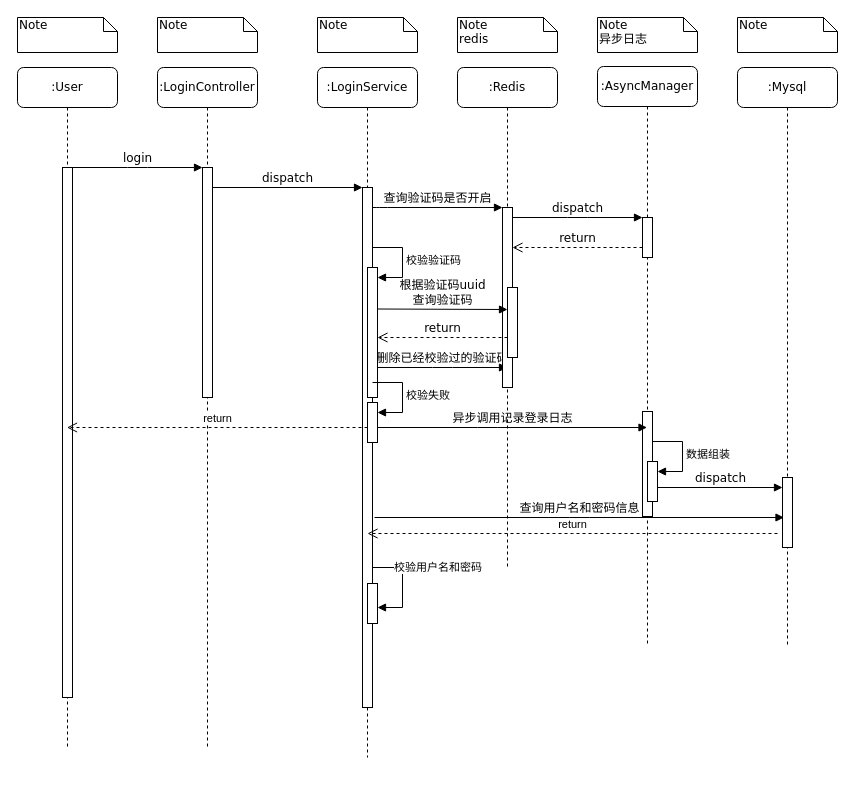
Before: page "login" (1 of 2) of login.drawio in viking-wj/software, a draw.io diagram. Source tidied: cells renumbered, new cells numbered last; positions are measured from the earlier drawing's top-left corner, leaving out a move shared by most shapes. Both pictures are drawn from the tidied source at 100%, with x=0, y=0 at pixel (17, 17).
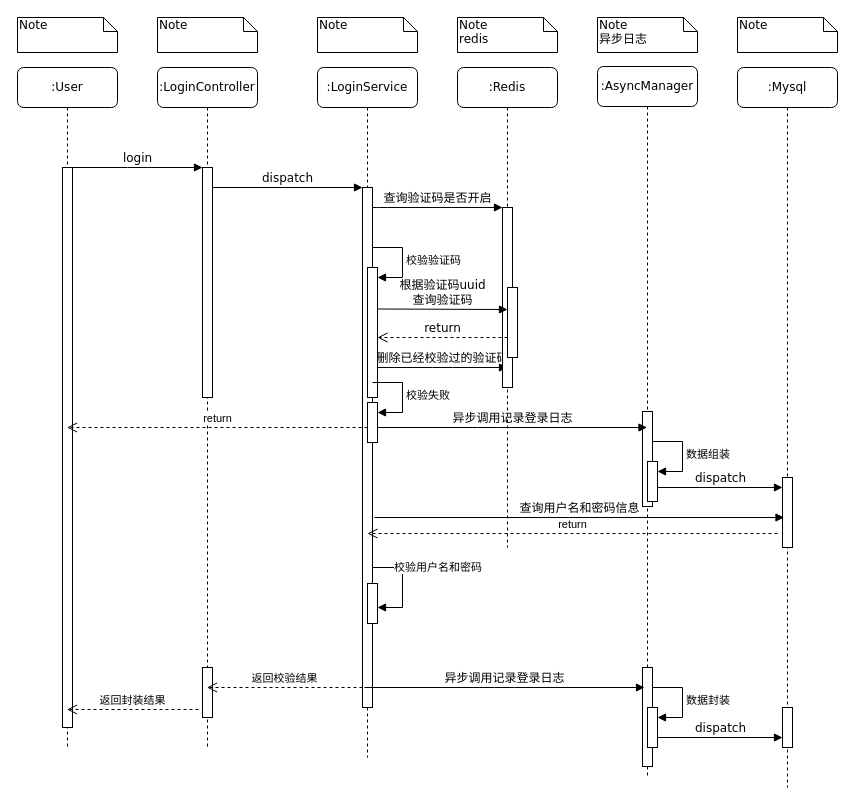
The same page after the edit.

Unchanged cells that the change refers to:
```xml
<mxCell id="2" value=":LoginController&lt;br&gt;" style="shape=umlLifeline;perimeter=lifelinePerimeter;whiteSpace=wrap;html=1;outlineConnect=0;rounded=1;shadow=0;comic=0;labelBackgroundColor=none;strokeWidth=1;fontFamily=Verdana;fontSize=12;align=center;" parent="1" vertex="1">
  <mxGeometry x="140" y="50" width="100" height="680" as="geometry" />
</mxCell>
<mxCell id="4" value=":LoginService" style="shape=umlLifeline;perimeter=lifelinePerimeter;whiteSpace=wrap;html=1;rounded=1;shadow=0;comic=0;labelBackgroundColor=none;strokeWidth=1;fontFamily=Verdana;fontSize=12;align=center;" parent="1" vertex="1">
  <mxGeometry x="300" y="50" width="100" height="690" as="geometry" />
</mxCell>
<mxCell id="20" value=":User" style="shape=umlLifeline;perimeter=lifelinePerimeter;whiteSpace=wrap;html=1;outlineConnect=0;rounded=1;shadow=0;comic=0;labelBackgroundColor=none;strokeWidth=1;fontFamily=Verdana;fontSize=12;align=center;" parent="1" vertex="1">
  <mxGeometry y="50" width="100" height="680" as="geometry" />
</mxCell>
<mxCell id="22" style="html=1;points=[];perimeter=orthogonalPerimeter;rounded=0;shadow=0;comic=0;labelBackgroundColor=none;strokeWidth=1;fontFamily=Verdana;fontSize=12;align=center;" parent="1" vertex="1">
  <mxGeometry x="485" y="190" width="10" height="180" as="geometry" />
</mxCell>
```

Change to the diagram source:
```diff
@@
+    <mxCell id="43" style="html=1;points=[];perimeter=orthogonalPerimeter;rounded=0;shadow=0;comic=0;labelBackgroundColor=none;strokeWidth=1;fontFamily=Verdana;fontSize=12;align=center;" parent="2" vertex="1">
+      <mxGeometry x="45" y="600" width="10" height="50" as="geometry" />
+    </mxCell>
@@
+    <mxCell id="44" value="返回校验结果" style="html=1;verticalAlign=bottom;endArrow=open;dashed=1;endSize=8;edgeStyle=elbowEdgeStyle;elbow=vertical;curved=0;rounded=0;" parent="4" edge="1" target="2">
+      <mxGeometry relative="1" as="geometry">
+        <mxPoint x="45" y="620" as="sourcePoint" />
+      </mxGeometry>
+    </mxCell>
     <mxCell id="12" value=":Redis" style="shape=umlLifeline;perimeter=lifelinePerimeter;whiteSpace=wrap;html=1;rounded=1;shadow=0;comic=0;labelBackgroundColor=none;strokeWidth=1;fontFamily=Verdana;fontSize=12;align=center;" parent="1" vertex="1">
-      <mxGeometry x="440" y="50" width="100" height="500" as="geometry" />
+      <mxGeometry x="440" y="50" width="100" height="480" as="geometry" />
     </mxCell>
@@
     <mxCell id="14" value=":AsyncManager" style="shape=umlLifeline;perimeter=lifelinePerimeter;whiteSpace=wrap;html=1;outlineConnect=0;rounded=1;shadow=0;comic=0;labelBackgroundColor=none;strokeWidth=1;fontFamily=Verdana;fontSize=12;align=center;" parent="1" vertex="1">
-      <mxGeometry x="580" y="49" width="100" height="580" as="geometry" />
+      <mxGeometry x="580" y="49" width="100" height="711" as="geometry" />
     </mxCell>
     <mxCell id="15" style="html=1;perimeter=orthogonalPerimeter;rounded=0;shadow=0;comic=0;labelBackgroundColor=none;strokeWidth=1;fontFamily=Verdana;fontSize=12;align=center;" parent="14" vertex="1">
-      <mxGeometry x="45" y="345" width="10" height="105" as="geometry" />
+      <mxGeometry x="45" y="345" width="10" height="95" as="geometry" />
     </mxCell>
@@
+    <mxCell id="45" style="html=1;perimeter=orthogonalPerimeter;rounded=0;shadow=0;comic=0;labelBackgroundColor=none;strokeWidth=1;fontFamily=Verdana;fontSize=12;align=center;" parent="14" vertex="1">
+      <mxGeometry x="45" y="601" width="10" height="99" as="geometry" />
+    </mxCell>
+    <mxCell id="46" style="html=1;points=[];perimeter=orthogonalPerimeter;outlineConnect=0;targetShapes=umlLifeline;portConstraint=eastwest;newEdgeStyle={&quot;edgeStyle&quot;:&quot;elbowEdgeStyle&quot;,&quot;elbow&quot;:&quot;vertical&quot;,&quot;curved&quot;:0,&quot;rounded&quot;:0};" parent="14" vertex="1">
+      <mxGeometry x="50" y="641" width="10" height="40" as="geometry" />
+    </mxCell>
+    <mxCell id="47" value="数据封装" style="html=1;align=left;spacingLeft=2;endArrow=block;rounded=0;edgeStyle=orthogonalEdgeStyle;curved=0;rounded=0;" parent="14" edge="1" target="46">
+      <mxGeometry relative="1" as="geometry">
+        <mxPoint x="55" y="621" as="sourcePoint" />
+        <Array as="points">
+          <mxPoint x="85" y="651" />
+        </Array>
+      </mxGeometry>
+    </mxCell>
     <mxCell id="18" value=":Mysql" style="shape=umlLifeline;perimeter=lifelinePerimeter;whiteSpace=wrap;html=1;rounded=1;shadow=0;comic=0;labelBackgroundColor=none;strokeWidth=1;fontFamily=Verdana;fontSize=12;align=center;" parent="1" vertex="1">
-      <mxGeometry x="720" y="50" width="100" height="580" as="geometry" />
+      <mxGeometry x="720" y="50" width="100" height="720" as="geometry" />
     </mxCell>
@@
+    <mxCell id="48" style="html=1;perimeter=orthogonalPerimeter;rounded=0;shadow=0;comic=0;labelBackgroundColor=none;strokeWidth=1;fontFamily=Verdana;fontSize=12;align=center;" parent="18" vertex="1">
+      <mxGeometry x="45" y="640" width="10" height="40" as="geometry" />
+    </mxCell>
@@
     <mxCell id="21" style="html=1;points=[];perimeter=orthogonalPerimeter;rounded=0;shadow=0;comic=0;labelBackgroundColor=none;strokeWidth=1;fontFamily=Verdana;fontSize=12;align=center;" parent="20" vertex="1">
-      <mxGeometry x="45" y="100" width="10" height="530" as="geometry" />
+      <mxGeometry x="45" y="100" width="10" height="560" as="geometry" />
     </mxCell>
@@
-    <mxCell id="24" style="html=1;points=[];perimeter=orthogonalPerimeter;rounded=0;shadow=0;comic=0;labelBackgroundColor=none;strokeWidth=1;fontFamily=Verdana;fontSize=12;align=center;" parent="1" vertex="1">
-      <mxGeometry x="625" y="200" width="10" height="40" as="geometry" />
-    </mxCell>
-    <mxCell id="25" value="dispatch" style="html=1;verticalAlign=bottom;endArrow=block;entryX=0;entryY=0;labelBackgroundColor=none;fontFamily=Verdana;fontSize=12;edgeStyle=elbowEdgeStyle;elbow=vertical;" parent="1" edge="1" source="22" target="24">
-      <mxGeometry relative="1" as="geometry" />
-    </mxCell>
-    <mxCell id="26" value="return" style="html=1;verticalAlign=bottom;endArrow=open;dashed=1;endSize=8;labelBackgroundColor=none;fontFamily=Verdana;fontSize=12;edgeStyle=elbowEdgeStyle;elbow=vertical;" parent="1" edge="1" source="24" target="22">
-      <mxGeometry relative="1" as="geometry">
-        <Array as="points">
-          <mxPoint x="570" y="230" />
-          <mxPoint x="600" y="230" />
-        </Array>
-      </mxGeometry>
-    </mxCell>
@@
+    <mxCell id="49" value="返回封装结果" style="html=1;verticalAlign=bottom;endArrow=open;dashed=1;endSize=8;edgeStyle=elbowEdgeStyle;elbow=vertical;curved=0;rounded=0;exitX=-0.4;exitY=0.84;exitDx=0;exitDy=0;exitPerimeter=0;" parent="1" edge="1" source="43" target="20">
+      <mxGeometry relative="1" as="geometry" />
+    </mxCell>
+    <mxCell id="50" value="异步调用记录登录日志" style="html=1;verticalAlign=bottom;endArrow=block;labelBackgroundColor=none;fontFamily=Verdana;fontSize=12;edgeStyle=elbowEdgeStyle;elbow=vertical;" parent="1" edge="1">
+      <mxGeometry relative="1" as="geometry">
+        <mxPoint x="347" y="670" as="sourcePoint" />
+        <mxPoint x="627" y="670" as="targetPoint" />
+      </mxGeometry>
+    </mxCell>
+    <mxCell id="25" value="dispatch" style="html=1;verticalAlign=bottom;endArrow=block;entryX=0;entryY=0;labelBackgroundColor=none;fontFamily=Verdana;fontSize=12;edgeStyle=elbowEdgeStyle;elbow=vertical;" parent="1" edge="1">
+      <mxGeometry relative="1" as="geometry">
+        <mxPoint x="640" y="720" as="sourcePoint" />
+        <mxPoint x="765" y="720" as="targetPoint" />
+      </mxGeometry>
+    </mxCell>
```
